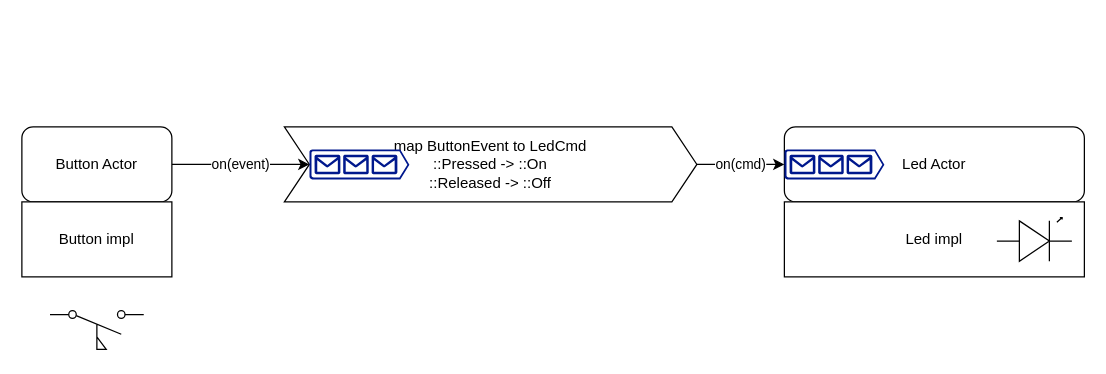
Above: docs/Actor.drawio in vortex314/tiva-rs (draw.io), before the change. Source tidied: cells renumbered, new cells numbered last; positions are measured from the earlier drawing's top-left corner, leaving out a move shared by most shapes. Both pictures are drawn from the tidied source at 125%, with x=0, y=0 at pixel (21, 126).
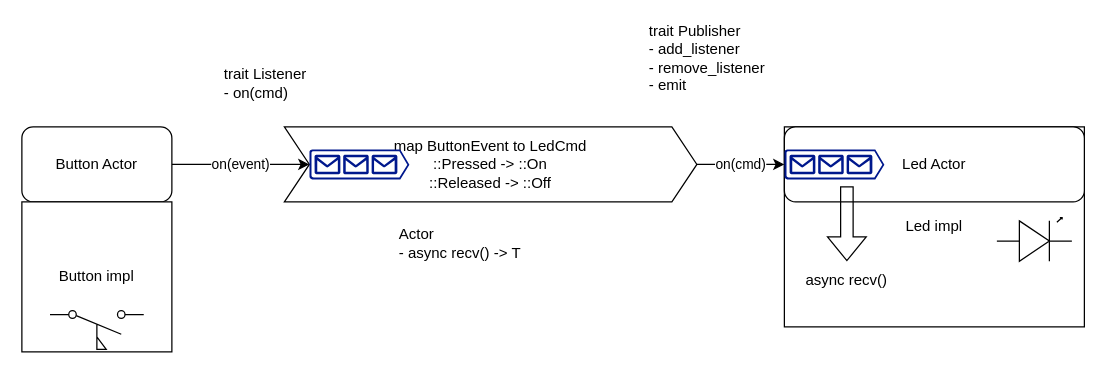
The same diagram, later.

What changed in the source:
```diff
@@
 <mxGraphModel>
   <root>
     <mxCell id="0" />
     <mxCell id="1" parent="0" />
+    <mxCell id="7" value="Led impl" style="rounded=0;whiteSpace=wrap;html=1;" parent="1" vertex="1">
+      <mxGeometry x="610" width="240" height="160" as="geometry" />
+    </mxCell>
     <mxCell id="2" value="on(event)" style="edgeStyle=orthogonalEdgeStyle;rounded=0;jettySize=auto;html=1;exitX=1;exitY=0.5;exitDx=0;exitDy=0;entryX=0;entryY=0.5;entryDx=0;entryDy=0;entryPerimeter=0;" parent="1" edge="1" source="3" target="8">
       <mxGeometry relative="1" as="geometry" />
     </mxCell>
     <mxCell id="3" value="Button Actor" style="rounded=1;whiteSpace=wrap;html=1;" parent="1" vertex="1">
       <mxGeometry width="120" height="60" as="geometry" />
     </mxCell>
     <mxCell id="4" value="Led Actor" style="rounded=1;whiteSpace=wrap;html=1;" parent="1" vertex="1">
       <mxGeometry x="610" width="240" height="60" as="geometry" />
     </mxCell>
     <mxCell id="5" value="map ButtonEvent to LedCmd&lt;br&gt;::Pressed -&amp;gt; ::On&lt;br&gt;::Released -&amp;gt; ::Off" style="shape=step;perimeter=stepPerimeter;whiteSpace=wrap;html=1;fixedSize=1;" parent="1" vertex="1">
       <mxGeometry x="210" width="330" height="60" as="geometry" />
     </mxCell>
     <mxCell id="6" value="Button impl" style="rounded=0;whiteSpace=wrap;html=1;" parent="1" vertex="1">
-      <mxGeometry y="60" width="120" height="60" as="geometry" />
+      <mxGeometry y="60" width="120" height="120" as="geometry" />
     </mxCell>
-    <mxCell id="7" value="Led impl" style="rounded=0;whiteSpace=wrap;html=1;" parent="1" vertex="1">
-      <mxGeometry x="610" y="60" width="240" height="60" as="geometry" />
-    </mxCell>
     <mxCell id="8" style="sketch=0;shadow=0;dashed=0;html=1;strokeColor=none;labelPosition=center;verticalLabelPosition=bottom;verticalAlign=top;align=center;fillColor=#00188D;shape=mxgraph.azure.queue_generic;" parent="1" vertex="1">
       <mxGeometry x="230" y="18" width="80" height="24" as="geometry" />
     </mxCell>
     <mxCell id="9" style="sketch=0;shadow=0;dashed=0;html=1;strokeColor=none;labelPosition=center;verticalLabelPosition=bottom;verticalAlign=top;align=center;fillColor=#00188D;shape=mxgraph.azure.queue_generic;" parent="1" vertex="1">
       <mxGeometry x="610" y="18" width="80" height="24" as="geometry" />
     </mxCell>
     <mxCell id="10" style="verticalLabelPosition=bottom;shadow=0;dashed=0;align=center;html=1;verticalAlign=top;shape=mxgraph.electrical.opto_electronics.led_1;" parent="1" vertex="1">
       <mxGeometry x="780" y="72.5" width="60" height="35" as="geometry" />
     </mxCell>
     <mxCell id="11" value="on(cmd)" style="edgeStyle=orthogonalEdgeStyle;rounded=0;jettySize=auto;html=1;exitX=1;exitY=0.5;exitDx=0;exitDy=0;entryX=0;entryY=0.5;entryDx=0;entryDy=0;entryPerimeter=0;" parent="1" edge="1" source="5" target="9">
       <mxGeometry relative="1" as="geometry" />
     </mxCell>
     <mxCell id="12" style="html=1;shape=mxgraph.electrical.electro-mechanical.flowActuatedSwitch;elSwitchState=off;" parent="1" vertex="1">
       <mxGeometry x="22.5" y="147" width="75" height="31" as="geometry" />
     </mxCell>
+    <mxCell id="13" style="shape=flexArrow;endArrow=classic;html=1;rounded=0;" parent="1" edge="1">
+      <mxGeometry relative="1" as="geometry">
+        <mxPoint x="660" y="47.5" as="sourcePoint" />
+        <mxPoint x="660" y="107.5" as="targetPoint" />
+      </mxGeometry>
+    </mxCell>
+    <mxCell id="14" value="async recv()" style="text;html=1;strokeColor=none;fillColor=none;align=center;verticalAlign=middle;whiteSpace=wrap;rounded=0;" parent="1" vertex="1">
+      <mxGeometry x="610" y="107.5" width="100" height="30" as="geometry" />
+    </mxCell>
+    <mxCell id="15" value="trait Listener&lt;br&gt;&lt;div style=&quot;text-align: left;&quot;&gt;&lt;span style=&quot;background-color: initial;&quot;&gt;- on(cmd)&lt;/span&gt;&lt;/div&gt;" style="text;html=1;strokeColor=none;fillColor=none;align=center;verticalAlign=middle;whiteSpace=wrap;rounded=0;" parent="1" vertex="1">
+      <mxGeometry x="150" y="-50" width="90" height="30" as="geometry" />
+    </mxCell>
+    <mxCell id="16" value="trait Publisher&lt;br&gt;- add_listener&lt;br&gt;- remove_listener&lt;br&gt;- emit" style="text;html=1;strokeColor=none;fillColor=none;align=left;verticalAlign=middle;whiteSpace=wrap;rounded=0;" parent="1" vertex="1">
+      <mxGeometry x="500" y="-70" width="160" height="30" as="geometry" />
+    </mxCell>
+    <mxCell id="17" value="Actor&lt;br&gt;- async recv() -&amp;gt; T" style="text;html=1;strokeColor=none;fillColor=none;align=left;verticalAlign=middle;whiteSpace=wrap;rounded=0;" parent="1" vertex="1">
+      <mxGeometry x="300" y="77.5" width="130" height="30" as="geometry" />
+    </mxCell>
   </root>
 </mxGraphModel>
```
